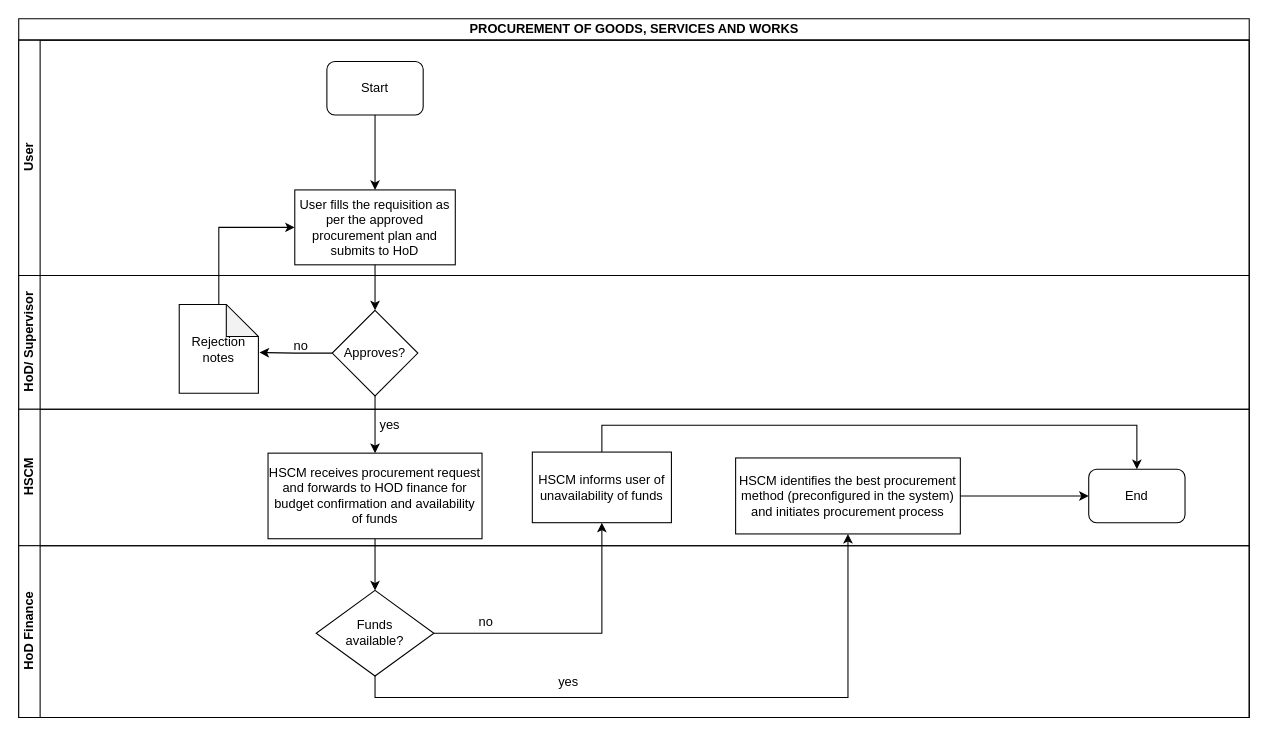
Earlier version of the draw.io diagram KEFRI-PROC-Purchase-requisition-initiation.drawio (kmagua/flowcharts). Source tidied: cells renumbered, new cells numbered last; positions are measured from the earlier drawing's top-left corner, leaving out a move shared by most shapes. Both pictures are drawn from the tidied source at 107%, with x=0, y=0 at pixel (18, 18).
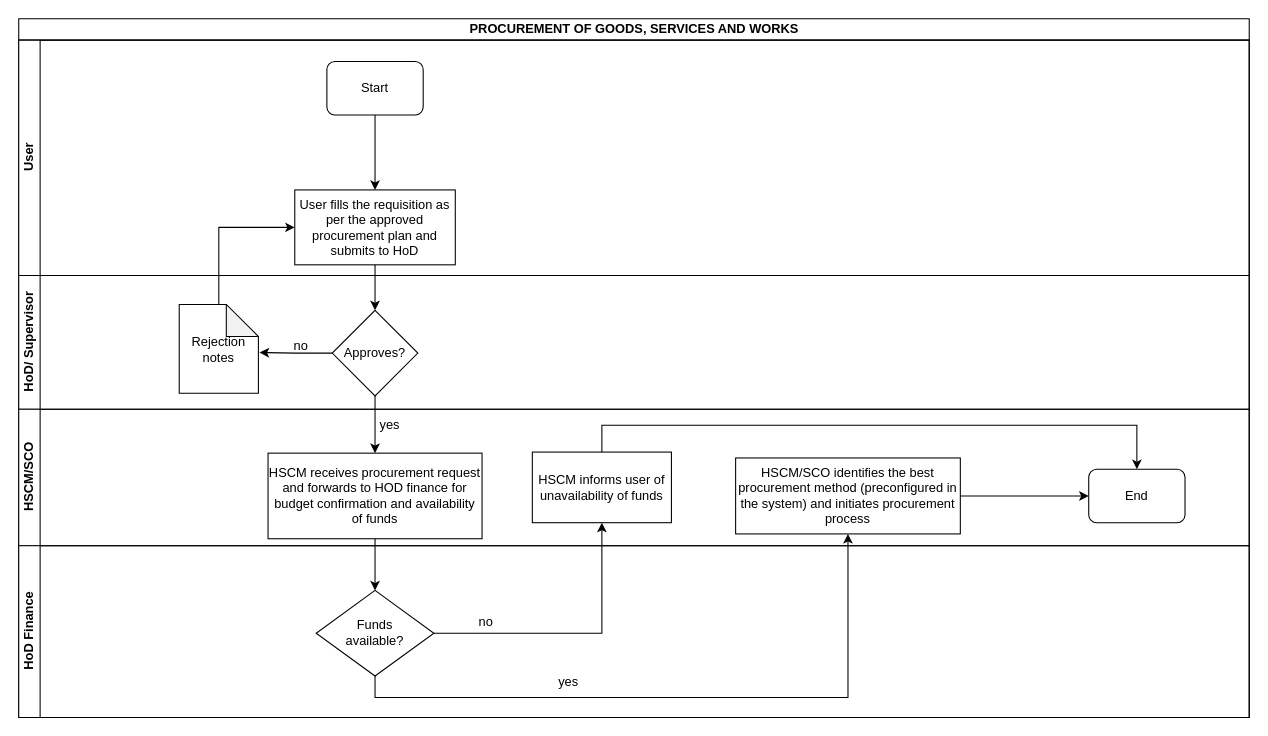
Above is the later version.

The change refers to these unchanged cells:
```xml
<mxCell id="2" value="PROCUREMENT OF GOODS, SERVICES AND WORKS" style="swimlane;html=1;horizontal=1;startSize=20;" parent="1" vertex="1">
  <mxGeometry width="1150" height="653" as="geometry" />
</mxCell>
```

Change to the diagram source:
```diff
@@
-    <mxCell id="16" value="HSCM" style="swimlane;html=1;startSize=20;horizontal=0;" parent="2" vertex="1">
+    <mxCell id="16" value="HSCM/SCO" style="swimlane;html=1;startSize=20;horizontal=0;" parent="2" vertex="1">
       <mxGeometry y="365" width="1150" height="127.5" as="geometry" />
     </mxCell>
@@
-    <mxCell id="19" value="HSCM identifies the best procurement method (preconfigured in the system) and initiates procurement process" style="whiteSpace=wrap;html=1;" parent="16" vertex="1">
+    <mxCell id="19" value="HSCM/SCO identifies the best procurement method (preconfigured in the system) and initiates procurement process" style="whiteSpace=wrap;html=1;" parent="16" vertex="1">
       <mxGeometry x="670" y="45.5" width="210" height="71" as="geometry" />
     </mxCell>
```
